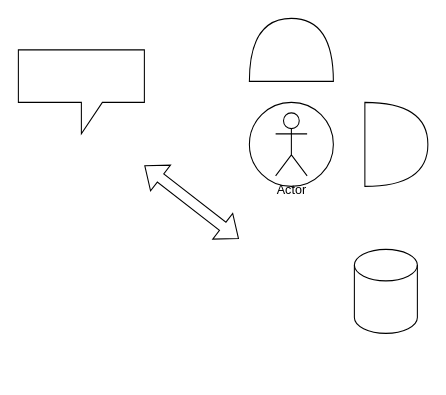
The draw.io diagram drawio-assets/test.drawio in suyu-hash/github_actions_test, before the edit. Source tidied: cells renumbered, new cells numbered last; positions are measured from the earlier drawing's top-left corner, leaving out a move shared by most shapes. Both pictures are drawn from the tidied source at 105%, with x=0, y=0 at pixel (18, 7).
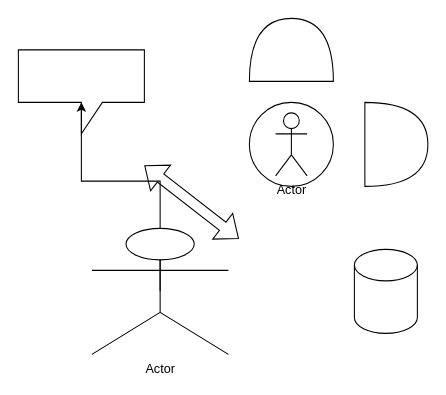
Above is the later version.

What changed in the source:
```diff
@@
 <mxGraphModel>
   <root>
     <mxCell id="0" />
     <mxCell id="1" parent="0" />
     <mxCell id="2" style="shape=cylinder3;whiteSpace=wrap;html=1;boundedLbl=1;backgroundOutline=1;size=15;" parent="1" vertex="1">
       <mxGeometry x="320" y="230" width="60" height="80" as="geometry" />
     </mxCell>
     <mxCell id="3" style="ellipse;whiteSpace=wrap;html=1;" parent="1" vertex="1">
       <mxGeometry x="220" y="90" width="80" height="80" as="geometry" />
     </mxCell>
     <mxCell id="4" style="shape=or;whiteSpace=wrap;html=1;rotation=-90;" parent="1" vertex="1">
       <mxGeometry x="230" width="60" height="80" as="geometry" />
     </mxCell>
     <mxCell id="5" style="shape=flexArrow;endArrow=classic;startArrow=classic;html=1;rounded=0;" parent="1" edge="1">
       <mxGeometry relative="1" as="geometry">
         <mxPoint x="120" y="150" as="sourcePoint" />
         <mxPoint x="210" y="220" as="targetPoint" />
       </mxGeometry>
     </mxCell>
     <mxCell id="6" style="shape=or;whiteSpace=wrap;html=1;" parent="1" vertex="1">
       <mxGeometry x="330" y="90" width="60" height="80" as="geometry" />
     </mxCell>
     <mxCell id="7" value="Actor" style="shape=umlActor;verticalLabelPosition=bottom;verticalAlign=top;html=1;" parent="1" vertex="1">
       <mxGeometry x="245" y="100" width="30" height="60" as="geometry" />
     </mxCell>
     <mxCell id="8" style="shape=callout;whiteSpace=wrap;html=1;perimeter=calloutPerimeter;" parent="1" vertex="1">
       <mxGeometry y="40" width="120" height="80" as="geometry" />
     </mxCell>
+    <mxCell id="9" style="edgeStyle=orthogonalEdgeStyle;rounded=0;jettySize=auto;html=1;exitX=0.5;exitY=0.5;exitDx=0;exitDy=0;exitPerimeter=0;" parent="1" edge="1" source="10" target="8">
+      <mxGeometry relative="1" as="geometry" />
+    </mxCell>
+    <mxCell id="10" value="Actor" style="shape=umlActor;verticalLabelPosition=bottom;verticalAlign=top;html=1;outlineConnect=0;" parent="1" vertex="1">
+      <mxGeometry x="70" y="210" width="130" height="120" as="geometry" />
+    </mxCell>
   </root>
 </mxGraphModel>
```
